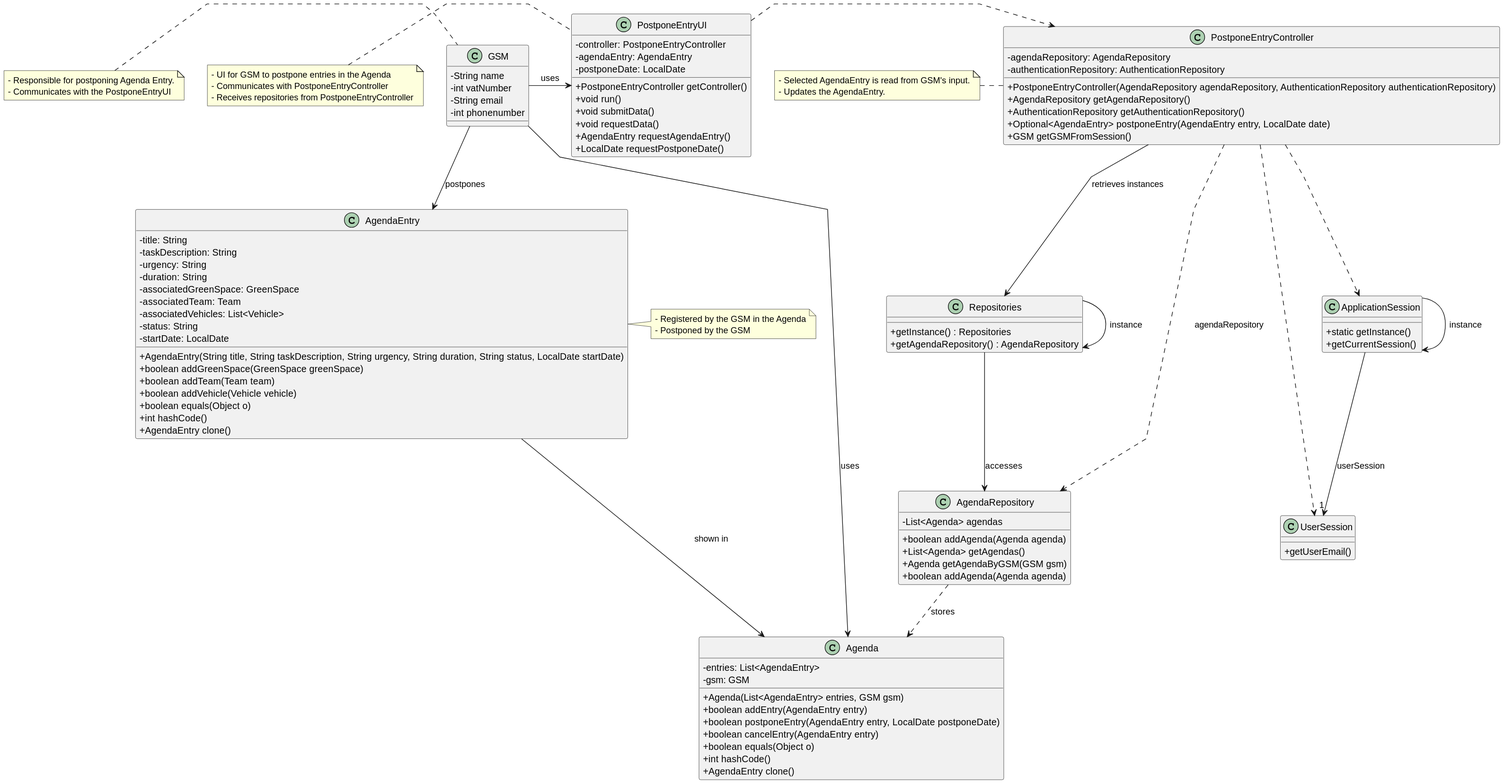
This is docs/sprint3/us024/03.design/svg/us024-class-diagram.svg from tiagosoa/lei-24-s2-1dgh-g073, a PlantUML export, as it was before one commit.
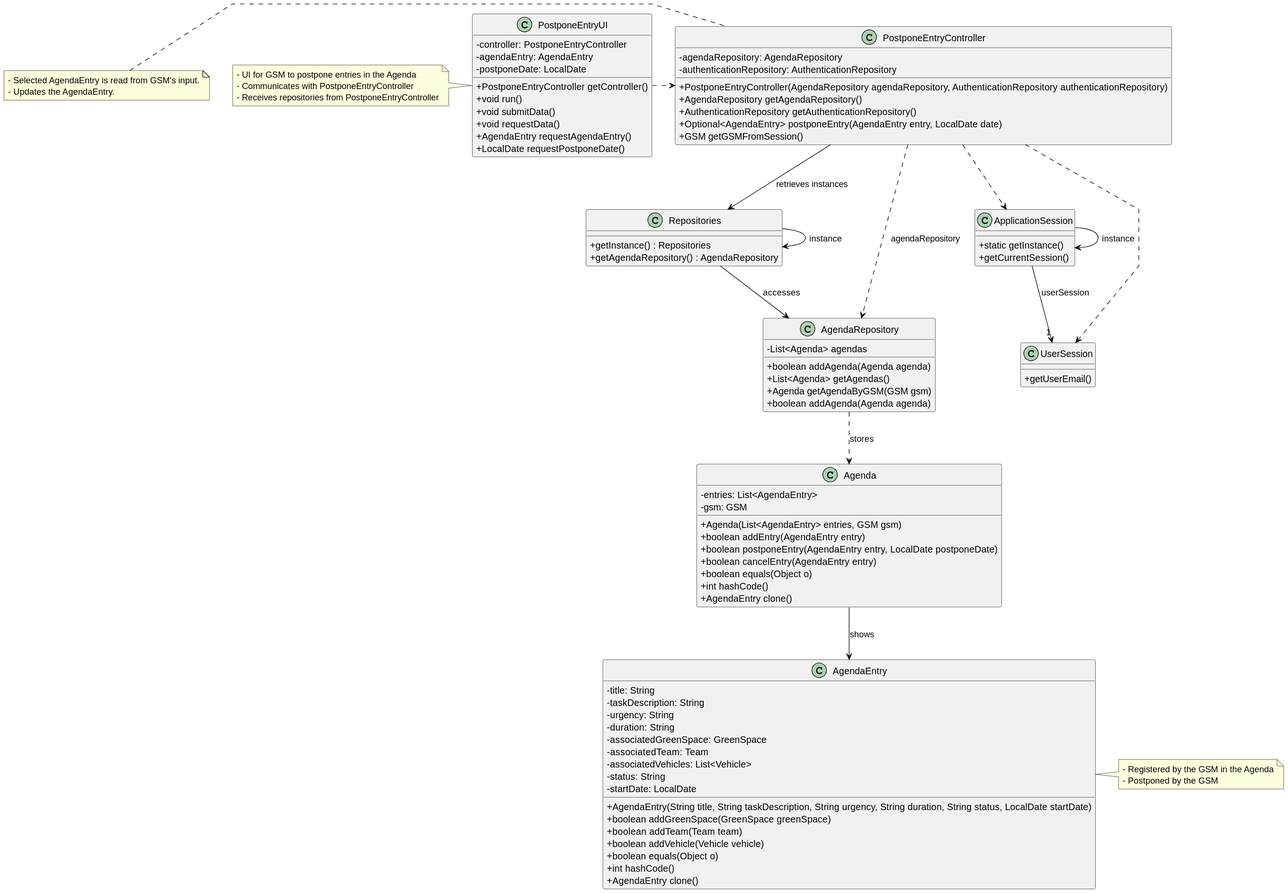
After the change.

Diff of the diagram source:
```diff
@@ -81,22 +81,9 @@
   + Optional<AgendaEntry> postponeEntry(AgendaEntry entry, LocalDate date)
   + GSM getGSMFromSession()
 }
-
-class GSM {
-   - String name
-   - int vatNumber
-   - String email
-   - int phonenumber
-}
-
 note left of PostponeEntryController
   - Selected AgendaEntry is read from GSM's input.
   - Updates the AgendaEntry.
-end note
-
-note left of GSM
- - Responsible for postponing Agenda Entry.
- - Communicates with the PostponeEntryUI
 end note
 
 note left of PostponeEntryUI
@@ -110,10 +97,7 @@
  - Postponed by the GSM
 end note
 
-GSM --> AgendaEntry: postpones
-GSM --> Agenda: uses
-AgendaEntry --> Agenda: shown in
-GSM -> PostponeEntryUI: uses
+Agenda --> AgendaEntry: shows
 
 Repositories -> Repositories : instance
 ApplicationSession -> ApplicationSession : instance
```
